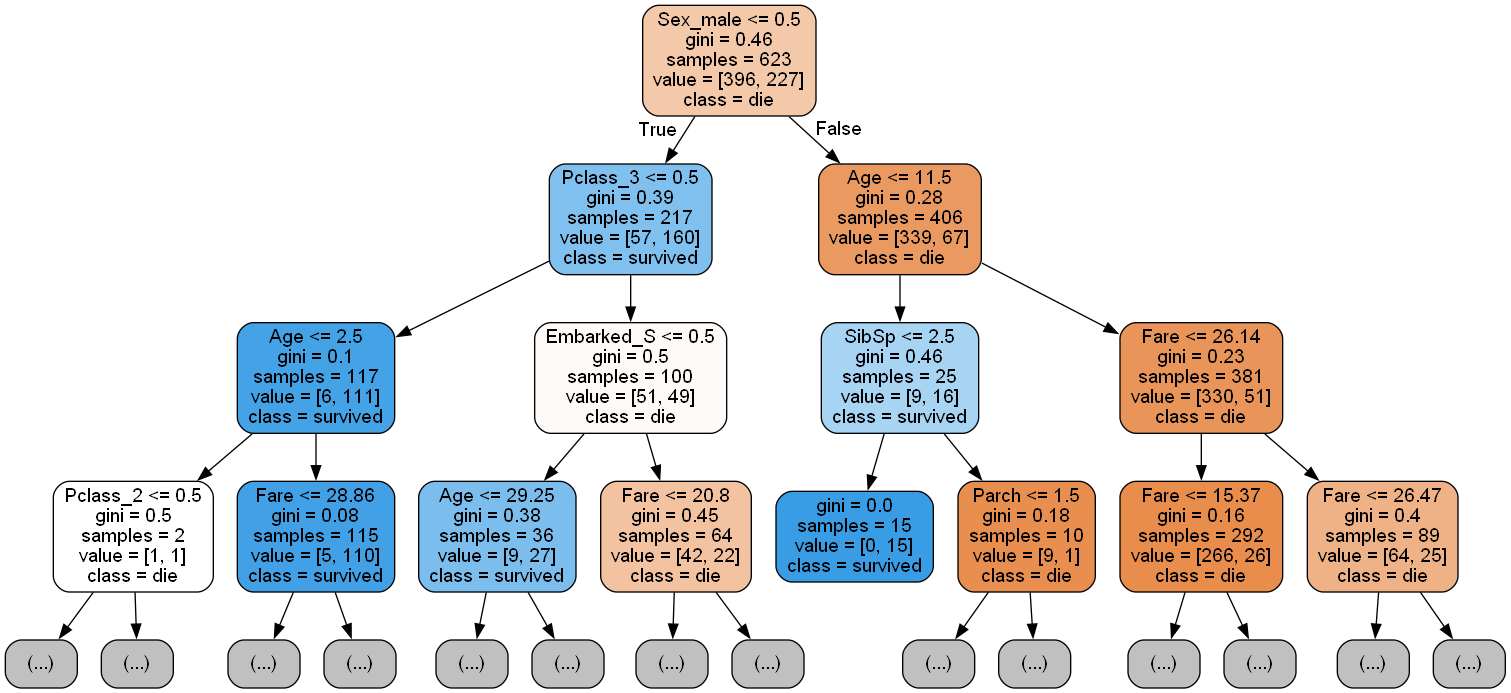
OhYesLee/KT_python_jupyter_notebook keeps this Graphviz diagram as 2023.02.20/2023.02.20_머신러닝_실습자료/배우기/tree.png. Above is the earlier version. Its source is kept beside it as 2023.02.20/2023.02.20_머신러닝_실습자료/배우기/tree.dot. The source it was exported from:
```dot
digraph Tree {
node [shape=box, style="filled, rounded", color="black", fontname="helvetica"] ;
edge [fontname="helvetica"] ;
0 [label="Sex_male <= 0.5\ngini = 0.46\nsamples = 623\nvalue = [396, 227]\nclass = die", fillcolor="#f4c9aa"] ;
1 [label="Pclass_3 <= 0.5\ngini = 0.39\nsamples = 217\nvalue = [57, 160]\nclass = survived", fillcolor="#80c0ee"] ;
0 -> 1 [labeldistance=2.5, labelangle=45, headlabel="True"] ;
2 [label="Age <= 2.5\ngini = 0.1\nsamples = 117\nvalue = [6, 111]\nclass = survived", fillcolor="#44a2e6"] ;
1 -> 2 ;
3 [label="Pclass_2 <= 0.5\ngini = 0.5\nsamples = 2\nvalue = [1, 1]\nclass = die", fillcolor="#ffffff"] ;
2 -> 3 ;
4 [label="(...)", fillcolor="#C0C0C0"] ;
3 -> 4 ;
5 [label="(...)", fillcolor="#C0C0C0"] ;
3 -> 5 ;
6 [label="Fare <= 28.86\ngini = 0.08\nsamples = 115\nvalue = [5, 110]\nclass = survived", fillcolor="#42a1e6"] ;
2 -> 6 ;
7 [label="(...)", fillcolor="#C0C0C0"] ;
6 -> 7 ;
10 [label="(...)", fillcolor="#C0C0C0"] ;
6 -> 10 ;
11 [label="Embarked_S <= 0.5\ngini = 0.5\nsamples = 100\nvalue = [51, 49]\nclass = die", fillcolor="#fefaf7"] ;
1 -> 11 ;
12 [label="Age <= 29.25\ngini = 0.38\nsamples = 36\nvalue = [9, 27]\nclass = survived", fillcolor="#7bbeee"] ;
11 -> 12 ;
13 [label="(...)", fillcolor="#C0C0C0"] ;
12 -> 13 ;
16 [label="(...)", fillcolor="#C0C0C0"] ;
12 -> 16 ;
17 [label="Fare <= 20.8\ngini = 0.45\nsamples = 64\nvalue = [42, 22]\nclass = die", fillcolor="#f3c3a1"] ;
11 -> 17 ;
18 [label="(...)", fillcolor="#C0C0C0"] ;
17 -> 18 ;
21 [label="(...)", fillcolor="#C0C0C0"] ;
17 -> 21 ;
24 [label="Age <= 11.5\ngini = 0.28\nsamples = 406\nvalue = [339, 67]\nclass = die", fillcolor="#ea9a60"] ;
0 -> 24 [labeldistance=2.5, labelangle=-45, headlabel="False"] ;
25 [label="SibSp <= 2.5\ngini = 0.46\nsamples = 25\nvalue = [9, 16]\nclass = survived", fillcolor="#a8d4f4"] ;
24 -> 25 ;
26 [label="gini = 0.0\nsamples = 15\nvalue = [0, 15]\nclass = survived", fillcolor="#399de5"] ;
25 -> 26 ;
27 [label="Parch <= 1.5\ngini = 0.18\nsamples = 10\nvalue = [9, 1]\nclass = die", fillcolor="#e88f4f"] ;
25 -> 27 ;
28 [label="(...)", fillcolor="#C0C0C0"] ;
27 -> 28 ;
29 [label="(...)", fillcolor="#C0C0C0"] ;
27 -> 29 ;
32 [label="Fare <= 26.14\ngini = 0.23\nsamples = 381\nvalue = [330, 51]\nclass = die", fillcolor="#e99458"] ;
24 -> 32 ;
33 [label="Fare <= 15.37\ngini = 0.16\nsamples = 292\nvalue = [266, 26]\nclass = die", fillcolor="#e88d4c"] ;
32 -> 33 ;
34 [label="(...)", fillcolor="#C0C0C0"] ;
33 -> 34 ;
37 [label="(...)", fillcolor="#C0C0C0"] ;
33 -> 37 ;
38 [label="Fare <= 26.47\ngini = 0.4\nsamples = 89\nvalue = [64, 25]\nclass = die", fillcolor="#efb286"] ;
32 -> 38 ;
39 [label="(...)", fillcolor="#C0C0C0"] ;
38 -> 39 ;
40 [label="(...)", fillcolor="#C0C0C0"] ;
38 -> 40 ;
}
```
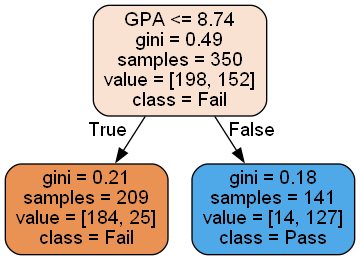
The same file after the commit.

The edit, as a diff of the source:
```diff
@@ -1,61 +1,9 @@
 digraph Tree {
 node [shape=box, style="filled, rounded", color="black", fontname="helvetica"] ;
 edge [fontname="helvetica"] ;
-0 [label="Sex_male <= 0.5\ngini = 0.46\nsamples = 623\nvalue = [396, 227]\nclass = die", fillcolor="#f4c9aa"] ;
-1 [label="Pclass_3 <= 0.5\ngini = 0.39\nsamples = 217\nvalue = [57, 160]\nclass = survived", fillcolor="#80c0ee"] ;
+0 [label="GPA <= 8.74\ngini = 0.49\nsamples = 350\nvalue = [198, 152]\nclass = Fail", fillcolor="#f9e2d1"] ;
+1 [label="gini = 0.21\nsamples = 209\nvalue = [184, 25]\nclass = Fail", fillcolor="#e99254"] ;
 0 -> 1 [labeldistance=2.5, labelangle=45, headlabel="True"] ;
-2 [label="Age <= 2.5\ngini = 0.1\nsamples = 117\nvalue = [6, 111]\nclass = survived", fillcolor="#44a2e6"] ;
-1 -> 2 ;
-3 [label="Pclass_2 <= 0.5\ngini = 0.5\nsamples = 2\nvalue = [1, 1]\nclass = die", fillcolor="#ffffff"] ;
-2 -> 3 ;
-4 [label="(...)", fillcolor="#C0C0C0"] ;
-3 -> 4 ;
-5 [label="(...)", fillcolor="#C0C0C0"] ;
-3 -> 5 ;
-6 [label="Fare <= 28.86\ngini = 0.08\nsamples = 115\nvalue = [5, 110]\nclass = survived", fillcolor="#42a1e6"] ;
-2 -> 6 ;
-7 [label="(...)", fillcolor="#C0C0C0"] ;
-6 -> 7 ;
-10 [label="(...)", fillcolor="#C0C0C0"] ;
-6 -> 10 ;
-11 [label="Embarked_S <= 0.5\ngini = 0.5\nsamples = 100\nvalue = [51, 49]\nclass = die", fillcolor="#fefaf7"] ;
-1 -> 11 ;
-12 [label="Age <= 29.25\ngini = 0.38\nsamples = 36\nvalue = [9, 27]\nclass = survived", fillcolor="#7bbeee"] ;
-11 -> 12 ;
-13 [label="(...)", fillcolor="#C0C0C0"] ;
-12 -> 13 ;
-16 [label="(...)", fillcolor="#C0C0C0"] ;
-12 -> 16 ;
-17 [label="Fare <= 20.8\ngini = 0.45\nsamples = 64\nvalue = [42, 22]\nclass = die", fillcolor="#f3c3a1"] ;
-11 -> 17 ;
-18 [label="(...)", fillcolor="#C0C0C0"] ;
-17 -> 18 ;
-21 [label="(...)", fillcolor="#C0C0C0"] ;
-17 -> 21 ;
-24 [label="Age <= 11.5\ngini = 0.28\nsamples = 406\nvalue = [339, 67]\nclass = die", fillcolor="#ea9a60"] ;
-0 -> 24 [labeldistance=2.5, labelangle=-45, headlabel="False"] ;
-25 [label="SibSp <= 2.5\ngini = 0.46\nsamples = 25\nvalue = [9, 16]\nclass = survived", fillcolor="#a8d4f4"] ;
-24 -> 25 ;
-26 [label="gini = 0.0\nsamples = 15\nvalue = [0, 15]\nclass = survived", fillcolor="#399de5"] ;
-25 -> 26 ;
-27 [label="Parch <= 1.5\ngini = 0.18\nsamples = 10\nvalue = [9, 1]\nclass = die", fillcolor="#e88f4f"] ;
-25 -> 27 ;
-28 [label="(...)", fillcolor="#C0C0C0"] ;
-27 -> 28 ;
-29 [label="(...)", fillcolor="#C0C0C0"] ;
-27 -> 29 ;
-32 [label="Fare <= 26.14\ngini = 0.23\nsamples = 381\nvalue = [330, 51]\nclass = die", fillcolor="#e99458"] ;
-24 -> 32 ;
-33 [label="Fare <= 15.37\ngini = 0.16\nsamples = 292\nvalue = [266, 26]\nclass = die", fillcolor="#e88d4c"] ;
-32 -> 33 ;
-34 [label="(...)", fillcolor="#C0C0C0"] ;
-33 -> 34 ;
-37 [label="(...)", fillcolor="#C0C0C0"] ;
-33 -> 37 ;
-38 [label="Fare <= 26.47\ngini = 0.4\nsamples = 89\nvalue = [64, 25]\nclass = die", fillcolor="#efb286"] ;
-32 -> 38 ;
-39 [label="(...)", fillcolor="#C0C0C0"] ;
-38 -> 39 ;
-40 [label="(...)", fillcolor="#C0C0C0"] ;
-38 -> 40 ;
+2 [label="gini = 0.18\nsamples = 141\nvalue = [14, 127]\nclass = Pass", fillcolor="#4fa8e8"] ;
+0 -> 2 [labeldistance=2.5, labelangle=-45, headlabel="False"] ;
 }
```
